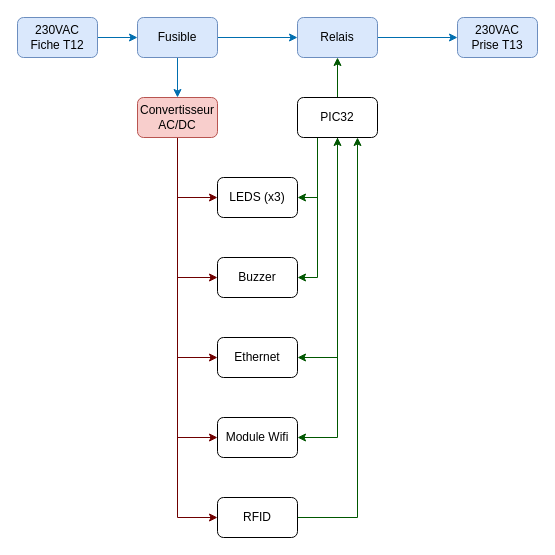
Earlier version of the draw.io diagram doc/schemas-blocs/2312_SchemaBloc_Hardware.drawio (Miguel-SLO/2312_BadgePlace). Source tidied: cells renumbered, new cells numbered last; positions are measured from the earlier drawing's top-left corner, leaving out a move shared by most shapes. Both pictures are drawn from the tidied source at 100%, with x=0, y=0 at pixel (17, 17).
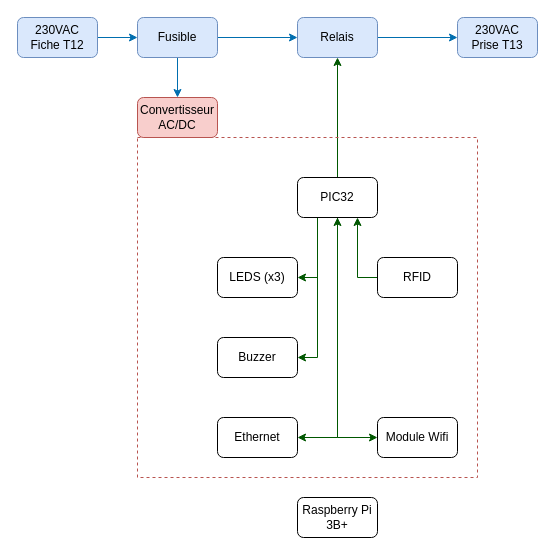
The same page after the edit.

Commit message (it also covers changes not shown here):
MAJ Rapport et schemas-blocs

The change refers to these unchanged cells:
```xml
<mxCell id="15" value="Convertisseur AC/DC" style="rounded=1;whiteSpace=wrap;html=1;fillColor=#f8cecc;strokeColor=#b85450;" parent="1" vertex="1">
  <mxGeometry x="120" y="80" width="80" height="40" as="geometry" />
</mxCell>
```

The edit, as a diff of the source:
```diff
@@
-    <mxCell id="10" style="edgeStyle=orthogonalEdgeStyle;rounded=0;jettySize=auto;html=1;exitX=0.5;exitY=1;exitDx=0;exitDy=0;entryX=0;entryY=0.5;entryDx=0;entryDy=0;fillColor=#a20025;strokeColor=#6F0000;" parent="1" edge="1" source="15" target="22">
-      <mxGeometry relative="1" as="geometry" />
-    </mxCell>
-    <mxCell id="11" style="edgeStyle=orthogonalEdgeStyle;rounded=0;jettySize=auto;html=1;exitX=0.5;exitY=1;exitDx=0;exitDy=0;entryX=0;entryY=0.5;entryDx=0;entryDy=0;fillColor=#a20025;strokeColor=#6F0000;" parent="1" edge="1" source="15" target="23">
-      <mxGeometry relative="1" as="geometry" />
-    </mxCell>
-    <mxCell id="12" style="edgeStyle=orthogonalEdgeStyle;rounded=0;jettySize=auto;html=1;exitX=0.5;exitY=1;exitDx=0;exitDy=0;entryX=0;entryY=0.5;entryDx=0;entryDy=0;fillColor=#a20025;strokeColor=#6F0000;" parent="1" edge="1" source="15" target="24">
-      <mxGeometry relative="1" as="geometry" />
-    </mxCell>
-    <mxCell id="13" style="edgeStyle=orthogonalEdgeStyle;rounded=0;jettySize=auto;html=1;exitX=0.5;exitY=1;exitDx=0;exitDy=0;entryX=0;entryY=0.5;entryDx=0;entryDy=0;fillColor=#a20025;strokeColor=#6F0000;" parent="1" edge="1" source="15" target="25">
-      <mxGeometry relative="1" as="geometry" />
-    </mxCell>
-    <mxCell id="14" style="edgeStyle=orthogonalEdgeStyle;rounded=0;jettySize=auto;html=1;exitX=0.5;exitY=1;exitDx=0;exitDy=0;entryX=0;entryY=0.5;entryDx=0;entryDy=0;fillColor=#a20025;strokeColor=#6F0000;" parent="1" edge="1" source="15" target="27">
-      <mxGeometry relative="1" as="geometry" />
-    </mxCell>
@@
-    <mxCell id="20" style="edgeStyle=orthogonalEdgeStyle;rounded=0;jettySize=auto;html=1;exitX=0.5;exitY=1;exitDx=0;exitDy=0;entryX=1;entryY=0.5;entryDx=0;entryDy=0;startArrow=classic;startFill=1;fillColor=#008a00;strokeColor=#005700;" parent="1" edge="1" source="21" target="25">
+    <mxCell id="20" style="edgeStyle=orthogonalEdgeStyle;rounded=0;jettySize=auto;html=1;exitX=0.5;exitY=1;exitDx=0;exitDy=0;entryX=0;entryY=0.5;entryDx=0;entryDy=0;startArrow=classic;startFill=1;fillColor=#008a00;strokeColor=#005700;" parent="1" edge="1" source="21" target="25">
       <mxGeometry relative="1" as="geometry" />
     </mxCell>
     <mxCell id="21" value="PIC32" style="rounded=1;whiteSpace=wrap;html=1;" parent="1" vertex="1">
-      <mxGeometry x="280" y="80" width="80" height="40" as="geometry" />
+      <mxGeometry x="280" y="160" width="80" height="40" as="geometry" />
     </mxCell>
     <mxCell id="22" value="LEDS (x3)" style="rounded=1;whiteSpace=wrap;html=1;" parent="1" vertex="1">
-      <mxGeometry x="200" y="160" width="80" height="40" as="geometry" />
+      <mxGeometry x="200" y="240" width="80" height="40" as="geometry" />
     </mxCell>
     <mxCell id="23" value="Buzzer" style="rounded=1;whiteSpace=wrap;html=1;" parent="1" vertex="1">
-      <mxGeometry x="200" y="240" width="80" height="40" as="geometry" />
+      <mxGeometry x="200" y="320" width="80" height="40" as="geometry" />
     </mxCell>
     <mxCell id="24" value="Ethernet" style="rounded=1;whiteSpace=wrap;html=1;" parent="1" vertex="1">
-      <mxGeometry x="200" y="320" width="80" height="40" as="geometry" />
+      <mxGeometry x="200" y="400" width="80" height="40" as="geometry" />
     </mxCell>
     <mxCell id="25" value="Module Wifi" style="rounded=1;whiteSpace=wrap;html=1;" parent="1" vertex="1">
-      <mxGeometry x="200" y="400" width="80" height="40" as="geometry" />
+      <mxGeometry x="360" y="400" width="80" height="40" as="geometry" />
     </mxCell>
-    <mxCell id="26" style="edgeStyle=orthogonalEdgeStyle;rounded=0;jettySize=auto;html=1;exitX=1;exitY=0.5;exitDx=0;exitDy=0;entryX=0.75;entryY=1;entryDx=0;entryDy=0;fillColor=#008a00;strokeColor=#005700;" parent="1" edge="1" source="27" target="21">
+    <mxCell id="26" style="edgeStyle=orthogonalEdgeStyle;rounded=0;jettySize=auto;html=1;exitX=0;exitY=0.5;exitDx=0;exitDy=0;entryX=0.75;entryY=1;entryDx=0;entryDy=0;fillColor=#008a00;strokeColor=#005700;" parent="1" edge="1" source="27" target="21">
       <mxGeometry relative="1" as="geometry" />
     </mxCell>
     <mxCell id="27" value="RFID" style="rounded=1;whiteSpace=wrap;html=1;" parent="1" vertex="1">
-      <mxGeometry x="200" y="480" width="80" height="40" as="geometry" />
+      <mxGeometry x="360" y="240" width="80" height="40" as="geometry" />
     </mxCell>
+    <mxCell id="28" style="rounded=0;whiteSpace=wrap;html=1;fillColor=none;dashed=1;strokeColor=#b85450;" parent="1" vertex="1">
+      <mxGeometry x="120" y="120" width="340" height="340" as="geometry" />
+    </mxCell>
+    <mxCell id="29" value="Raspberry Pi 3B+" style="rounded=1;whiteSpace=wrap;html=1;" parent="1" vertex="1">
+      <mxGeometry x="280" y="480" width="80" height="40" as="geometry" />
+    </mxCell>
```
